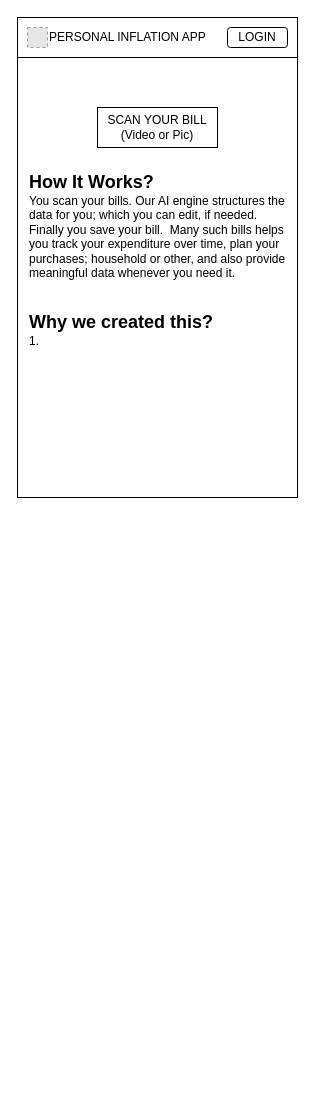
This is personal-inflation-app.drawio from appsparkler/draw.io, a draw.io file, before an edit. Source tidied: cells renumbered, new cells numbered last; positions are measured from the earlier drawing's top-left corner, leaving out a move shared by most shapes. Both pictures are drawn from the tidied source at 100%, with x=0, y=0 at pixel (17, 17). Pictures stored in the file or linked from it are replaced by grey dashed boxes.
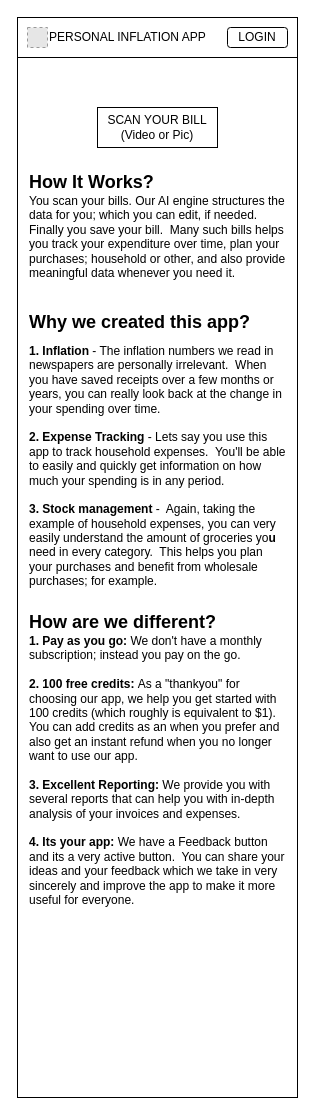
Above is the later version.

The edit, as a diff of the source:
```diff
@@
 <mxGraphModel>
   <root>
     <mxCell id="0" />
     <mxCell id="1" parent="0" />
     <mxCell id="2" style="whiteSpace=wrap;html=1;" parent="1" vertex="1">
-      <mxGeometry width="280" height="480" as="geometry" />
+      <mxGeometry width="280" height="1080" as="geometry" />
     </mxCell>
     <mxCell id="3" value="SCAN YOUR BILL&lt;br&gt;(Video or Pic)" style="whiteSpace=wrap;html=1;" parent="1" vertex="1">
       <mxGeometry x="80" y="90" width="120" height="40" as="geometry" />
     </mxCell>
     <mxCell id="4" style="whiteSpace=wrap;html=1;" parent="1" vertex="1">
       <mxGeometry width="280" height="40" as="geometry" />
     </mxCell>
     <mxCell id="5" value="PERSONAL INFLATION APP" style="text;html=1;whiteSpace=wrap;strokeColor=none;fillColor=none;align=left;verticalAlign=middle;rounded=0;" parent="1" vertex="1">
       <mxGeometry x="30" y="5" width="180" height="30" as="geometry" />
     </mxCell>
     <mxCell id="6" style="fillColor=#E6E6E6;strokeColor=#999999;dashed=1;html=1;verticalAlign=top;verticalLabelPosition=bottom;labelBackgroundColor=#ffffff;" parent="1" vertex="1">
       <mxGeometry x="10" y="10" width="20" height="20" as="geometry" />
     </mxCell>
     <mxCell id="7" value="LOGIN" style="rounded=1;whiteSpace=wrap;html=1;fillColor=light-dark(#FFFFFF,#007FFF);" parent="1" vertex="1">
       <mxGeometry x="210" y="10" width="60" height="20" as="geometry" />
     </mxCell>
     <mxCell id="8" value="How It Works?" style="text;html=1;whiteSpace=wrap;strokeColor=none;fillColor=none;align=left;verticalAlign=middle;rounded=0;fontStyle=1;fontSize=18;" parent="1" vertex="1">
       <mxGeometry x="10" y="150" width="150" height="30" as="geometry" />
     </mxCell>
     <mxCell id="9" value="&lt;div align=&quot;left&quot;&gt;You scan your bills. Our AI engine structures the data for you; which you can edit, if needed.&amp;nbsp; Finally you save your bill.&amp;nbsp; Many such bills helps you track your expenditure over time, plan your purchases; household or other, and also provide meaningful data whenever you need it.&lt;/div&gt;" style="text;html=1;whiteSpace=wrap;strokeColor=none;fillColor=none;align=left;verticalAlign=top;rounded=0;" parent="1" vertex="1">
       <mxGeometry x="10" y="170" width="260" height="100" as="geometry" />
     </mxCell>
-    <mxCell id="10" value="Why we created this?" style="text;html=1;whiteSpace=wrap;strokeColor=none;fillColor=none;align=left;verticalAlign=middle;rounded=0;fontStyle=1;fontSize=18;" parent="1" vertex="1">
-      <mxGeometry x="10" y="290" width="190" height="30" as="geometry" />
+    <mxCell id="10" value="Why we created this app?" style="text;html=1;whiteSpace=wrap;strokeColor=none;fillColor=none;align=left;verticalAlign=middle;rounded=0;fontStyle=1;fontSize=18;" parent="1" vertex="1">
+      <mxGeometry x="10" y="290" width="240" height="30" as="geometry" />
     </mxCell>
-    <mxCell id="11" value="1.&amp;nbsp;" style="text;html=1;whiteSpace=wrap;strokeColor=none;fillColor=none;align=left;verticalAlign=top;rounded=0;" parent="1" vertex="1">
-      <mxGeometry x="10" y="310" width="260" height="90" as="geometry" />
+    <mxCell id="11" value="&lt;b&gt;1. Inflation&lt;/b&gt; - The inflation numbers we read in newspapers are personally irrelevant.&amp;nbsp; When you have saved receipts over a few months or years, you can really look back at the change in your spending over time.&lt;br&gt;&lt;br&gt;&lt;div&gt;&lt;b&gt;2. Expense Tracking&amp;nbsp;&lt;/b&gt;- Lets say you use this app to track household expenses.&amp;nbsp; You'll be able to easily and quickly get information on how much your spending is in any period.&lt;/div&gt;&lt;div&gt;&lt;br&gt;&lt;/div&gt;&lt;div&gt;&lt;b&gt;3. Stock management&lt;/b&gt; -&amp;nbsp; Again, taking the example of household expenses, you can very easily understand the amount of groceries yo&lt;b&gt;u &lt;/b&gt;need in every category.&amp;nbsp; This helps you plan your purchases and benefit from&amp;nbsp;wholesale purchases; for example.&lt;b&gt;&amp;nbsp;&lt;/b&gt;&lt;/div&gt;" style="text;html=1;whiteSpace=wrap;strokeColor=none;fillColor=none;align=left;verticalAlign=top;rounded=0;" parent="1" vertex="1">
+      <mxGeometry x="10" y="320" width="260" height="260" as="geometry" />
     </mxCell>
+    <mxCell id="12" value="How are we different?" style="text;html=1;whiteSpace=wrap;strokeColor=none;fillColor=none;align=left;verticalAlign=middle;rounded=0;fontStyle=1;fontSize=18;" parent="1" vertex="1">
+      <mxGeometry x="10" y="590" width="240" height="30" as="geometry" />
+    </mxCell>
+    <mxCell id="13" value="&lt;b&gt;1. Pay as you go: &lt;/b&gt;We don't have a monthly subscription; instead you pay on the go.&amp;nbsp;&amp;nbsp;&lt;br&gt;&lt;br&gt;&lt;div&gt;&lt;b&gt;2. 100 free credits: &lt;/b&gt;As a &quot;thankyou&quot; for choosing our app, we help you get started with 100 credits (which roughly is equivalent to $1).&amp;nbsp; You can add credits as an when you prefer and also get an instant refund when you no longer want to use our app.&lt;/div&gt;&lt;div&gt;&lt;br&gt;&lt;/div&gt;&lt;div&gt;&lt;b&gt;3. Excellent Reporting:&lt;/b&gt;&amp;nbsp;We provide you with several reports that can help you with in-depth analysis of your invoices and expenses.&lt;br&gt;&lt;br&gt;&lt;b&gt;4. Its your app: &lt;/b&gt;We have a Feedback button and its a very active button.&amp;nbsp; You can share your ideas and your feedback which we take in very sincerely and improve the app to make it more useful for everyone.&lt;/div&gt;" style="text;html=1;whiteSpace=wrap;strokeColor=none;fillColor=none;align=left;verticalAlign=top;rounded=0;" parent="1" vertex="1">
+      <mxGeometry x="10" y="610" width="260" height="290" as="geometry" />
+    </mxCell>
   </root>
 </mxGraphModel>
```
